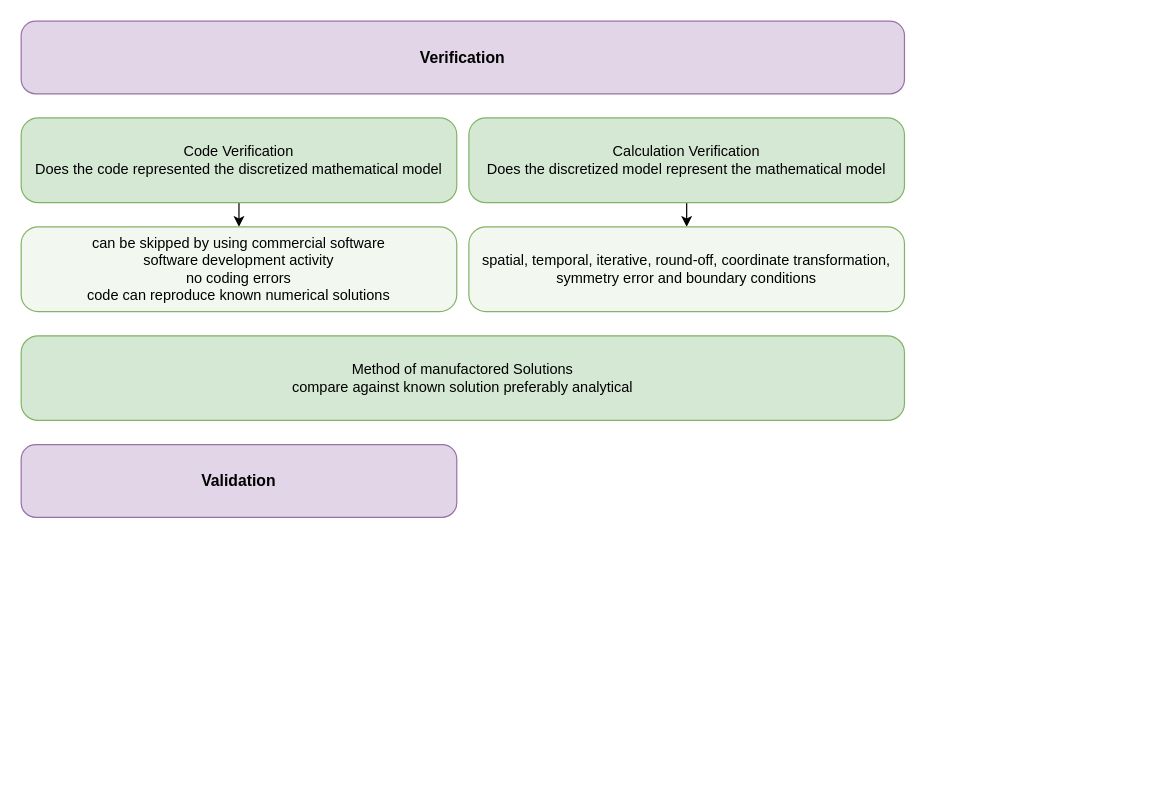
Earlier version of the draw.io diagram docs/mindmap/VnV.drawio (evolver16/FWF_Project_Carotid). Source tidied: cells renumbered, new cells numbered last; positions are measured from the earlier drawing's top-left corner, leaving out a move shared by most shapes. Both pictures are drawn from the tidied source at 121%, with x=0, y=0 at pixel (21, 21).
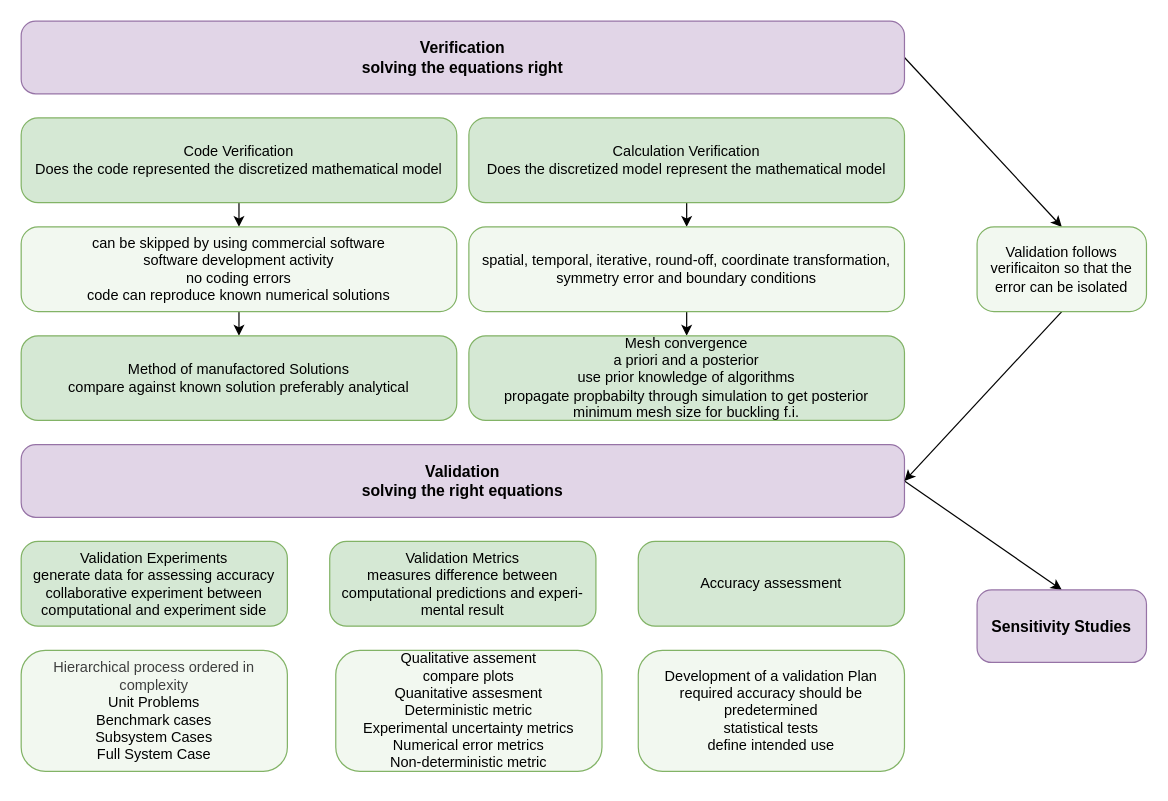
The same diagram, later.

Commit message (it also covers changes not shown here):
implement a prestress solving algorithm

Unchanged cells that the change refers to:
```xml
<mxCell id="8" value="can be skipped by using commercial software&lt;div&gt;software development activity&lt;/div&gt;&lt;div&gt;no coding errors&lt;/div&gt;&lt;div&gt;code can reproduce known numerical solutions&lt;/div&gt;" style="rounded=1;whiteSpace=wrap;html=1;fillColor=#f2f8f0;strokeColor=#82b366;fontSize=12;arcSize=20;" parent="1" vertex="1">
  <mxGeometry y="170" width="360" height="70" as="geometry" />
</mxCell>
<mxCell id="9" value="spatial, temporal, iterative, round-off, coordinate transformation, symmetry error and boundary conditions" style="rounded=1;whiteSpace=wrap;html=1;fillColor=#f2f8f0;strokeColor=#82b366;fontSize=12;arcSize=20;" parent="1" vertex="1">
  <mxGeometry x="370" y="170" width="360" height="70" as="geometry" />
</mxCell>
```

What changed in the source:
```diff
@@
+    <mxCell id="11" style="edgeStyle=none;html=1;exitX=1;exitY=0.5;exitDx=0;exitDy=0;entryX=0.5;entryY=0;entryDx=0;entryDy=0;" parent="1" edge="1" source="2" target="17">
+      <mxGeometry relative="1" as="geometry" />
+    </mxCell>
-    <mxCell id="2" value="&lt;b&gt;Verification&lt;/b&gt;" style="rounded=1;whiteSpace=wrap;html=1;fontSize=13;arcSize=20;fillColor=#e1d5e7;strokeColor=#9673a6;" parent="1" vertex="1">
+    <mxCell id="2" value="&lt;b&gt;Verification&lt;/b&gt;&lt;div&gt;&lt;b&gt;solving the equations right&lt;/b&gt;&lt;/div&gt;" style="rounded=1;whiteSpace=wrap;html=1;fontSize=13;arcSize=20;fillColor=#e1d5e7;strokeColor=#9673a6;" parent="1" vertex="1">
       <mxGeometry width="730" height="60" as="geometry" />
     </mxCell>
+    <mxCell id="12" style="edgeStyle=none;html=1;exitX=1;exitY=0.5;exitDx=0;exitDy=0;entryX=0.5;entryY=0;entryDx=0;entryDy=0;" parent="1" edge="1" source="3" target="24">
+      <mxGeometry relative="1" as="geometry" />
+    </mxCell>
-    <mxCell id="3" value="&lt;b&gt;Validation&lt;/b&gt;" style="rounded=1;whiteSpace=wrap;html=1;fontSize=13;arcSize=20;fillColor=#e1d5e7;strokeColor=#9673a6;" parent="1" vertex="1">
-      <mxGeometry y="350" width="360" height="60" as="geometry" />
+    <mxCell id="3" value="&lt;b&gt;Validation&lt;/b&gt;&lt;div&gt;&lt;b&gt;solving the right equations&lt;/b&gt;&lt;/div&gt;" style="rounded=1;whiteSpace=wrap;html=1;fontSize=13;arcSize=20;fillColor=#e1d5e7;strokeColor=#9673a6;" parent="1" vertex="1">
+      <mxGeometry y="350" width="730" height="60" as="geometry" />
     </mxCell>
@@
+    <mxCell id="13" style="edgeStyle=none;html=1;" parent="1" edge="1" source="8" target="10">
+      <mxGeometry relative="1" as="geometry" />
+    </mxCell>
@@
+    <mxCell id="14" style="edgeStyle=none;html=1;" parent="1" edge="1" source="9" target="15">
+      <mxGeometry relative="1" as="geometry" />
+    </mxCell>
@@
     <mxCell id="10" value="Method of manufactored Solutions&lt;div&gt;compare against known solution preferably analytical&lt;/div&gt;" style="rounded=1;whiteSpace=wrap;html=1;fillColor=#d5e8d4;strokeColor=#82b366;fontSize=12;arcSize=20;" parent="1" vertex="1">
-      <mxGeometry y="260" width="730" height="70" as="geometry" />
+      <mxGeometry y="260" width="360" height="70" as="geometry" />
     </mxCell>
+    <mxCell id="15" value="Mesh convergence&lt;div&gt;a priori and a posterior&lt;/div&gt;&lt;div&gt;use prior knowledge of algorithms&lt;/div&gt;&lt;div&gt;propagate propbabilty through simulation to get posterior&lt;/div&gt;&lt;div&gt;minimum mesh size for buckling f.i.&lt;/div&gt;" style="rounded=1;whiteSpace=wrap;html=1;fillColor=#d5e8d4;strokeColor=#82b366;fontSize=12;arcSize=20;" parent="1" vertex="1">
+      <mxGeometry x="370" y="260" width="360" height="70" as="geometry" />
+    </mxCell>
+    <mxCell id="16" style="edgeStyle=none;html=1;exitX=0.5;exitY=1;exitDx=0;exitDy=0;entryX=1;entryY=0.5;entryDx=0;entryDy=0;" parent="1" edge="1" source="17" target="3">
+      <mxGeometry relative="1" as="geometry" />
+    </mxCell>
+    <mxCell id="17" value="Validation follows verificaiton so that the error can be isolated" style="rounded=1;whiteSpace=wrap;html=1;fillColor=#f2f8f0;strokeColor=#82b366;fontSize=12;arcSize=20;" parent="1" vertex="1">
+      <mxGeometry x="790" y="170" width="140" height="70" as="geometry" />
+    </mxCell>
+    <mxCell id="18" value="Validation Experiments&lt;div&gt;generate data for assessing accuracy&lt;/div&gt;&lt;div&gt;collaborative experiment between computational and experiment side&lt;/div&gt;" style="rounded=1;whiteSpace=wrap;html=1;fillColor=#d5e8d4;strokeColor=#82b366;fontSize=12;arcSize=20;" parent="1" vertex="1">
+      <mxGeometry y="430" width="220" height="70" as="geometry" />
+    </mxCell>
+    <mxCell id="19" value="Accuracy assessment" style="rounded=1;whiteSpace=wrap;html=1;fillColor=#d5e8d4;strokeColor=#82b366;fontSize=12;arcSize=20;" parent="1" vertex="1">
+      <mxGeometry x="510" y="430" width="220" height="70" as="geometry" />
+    </mxCell>
+    <mxCell id="20" value="Validation Metrics&lt;div&gt;&lt;div&gt;measures difference between computational predictions and experi-&lt;/div&gt;&lt;div&gt;mental result&lt;/div&gt;&lt;/div&gt;" style="rounded=1;whiteSpace=wrap;html=1;fillColor=#d5e8d4;strokeColor=#82b366;fontSize=12;arcSize=20;" parent="1" vertex="1">
+      <mxGeometry x="255" y="430" width="220" height="70" as="geometry" />
+    </mxCell>
+    <mxCell id="21" value="&lt;div&gt;&lt;span style=&quot;color: rgb(63, 63, 63);&quot;&gt;&lt;br&gt;&lt;/span&gt;&lt;/div&gt;&lt;div&gt;&lt;span style=&quot;color: rgb(63, 63, 63);&quot;&gt;Hierarchical process ordered in complexity&lt;/span&gt;&lt;/div&gt;Unit Problems&lt;div&gt;Benchmark cases&lt;/div&gt;&lt;div&gt;Subsystem Cases&lt;/div&gt;&lt;div&gt;Full System Case&lt;/div&gt;&lt;div&gt;&lt;br&gt;&lt;/div&gt;" style="rounded=1;whiteSpace=wrap;html=1;fillColor=#f2f8f0;strokeColor=#82b366;fontSize=12;arcSize=20;" parent="1" vertex="1">
+      <mxGeometry y="520" width="220" height="100" as="geometry" />
+    </mxCell>
+    <mxCell id="22" value="&lt;div&gt;Qualitative assement&lt;/div&gt;&lt;div&gt;compare plots&lt;/div&gt;&lt;div&gt;Quanitative assesment&lt;/div&gt;&lt;div&gt;Deterministic metric&lt;/div&gt;&lt;div&gt;Experimental uncertainty metrics&lt;/div&gt;&lt;div&gt;Numerical error metrics&lt;/div&gt;&lt;div&gt;Non-deterministic metric&lt;/div&gt;" style="rounded=1;whiteSpace=wrap;html=1;fillColor=#f2f8f0;strokeColor=#82b366;fontSize=12;arcSize=20;" parent="1" vertex="1">
+      <mxGeometry x="260" y="520" width="220" height="100" as="geometry" />
+    </mxCell>
+    <mxCell id="23" value="Development of a validation Plan&lt;div&gt;required accuracy should be predetermined&lt;/div&gt;&lt;div&gt;statistical tests&lt;/div&gt;&lt;div&gt;define intended use&lt;/div&gt;" style="rounded=1;whiteSpace=wrap;html=1;fillColor=#f2f8f0;strokeColor=#82b366;fontSize=12;arcSize=20;" parent="1" vertex="1">
+      <mxGeometry x="510" y="520" width="220" height="100" as="geometry" />
+    </mxCell>
+    <mxCell id="24" value="&lt;b&gt;Sensitivity Studies&lt;/b&gt;" style="rounded=1;whiteSpace=wrap;html=1;fontSize=13;arcSize=20;fillColor=#e1d5e7;strokeColor=#9673a6;" parent="1" vertex="1">
+      <mxGeometry x="790" y="470" width="140" height="60" as="geometry" />
+    </mxCell>
```
